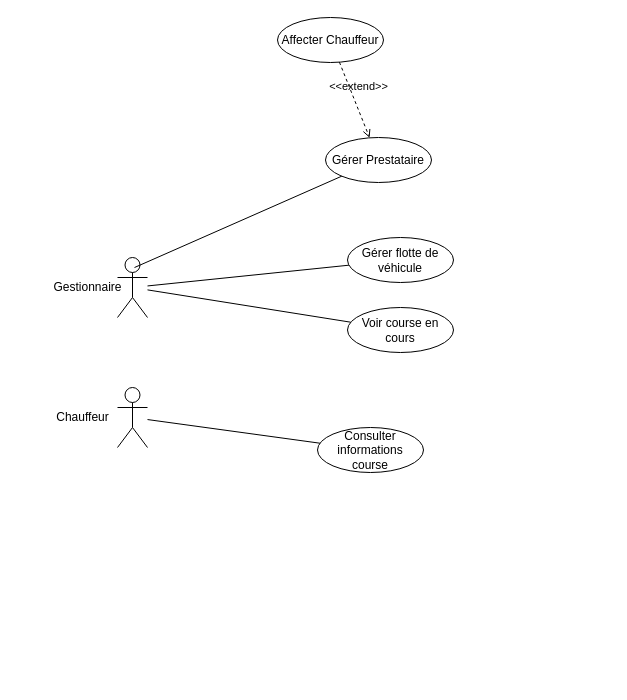
Above: page "DCU-TRANSPORT" (3 of 7) of Diagramme COCAN.drawio in kbvac/Diagramme-UML (draw.io), before the change. Source tidied: cells renumbered, new cells numbered last; positions are measured from the earlier drawing's top-left corner, leaving out a move shared by most shapes. Both pictures are drawn from the tidied source at 100%, with x=0, y=0 at pixel (42, 17).
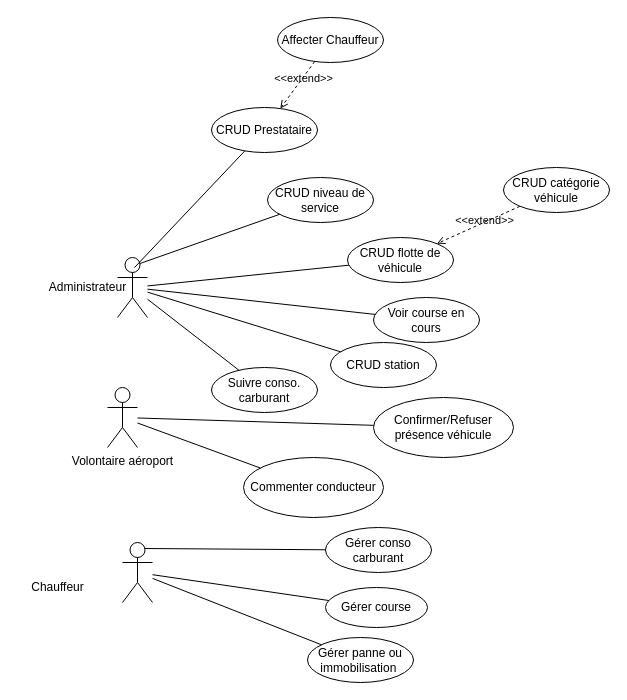
The same diagram, later.

The change refers to these unchanged cells:
```xml
<mxCell id="2" style="shape=umlActor;verticalLabelPosition=bottom;verticalAlign=top;html=1;" parent="1" vertex="1">
  <mxGeometry x="75" y="240" width="30" height="60" as="geometry" />
</mxCell>
```

The edit, as a diff of the source:
```diff
@@
-    <mxCell id="3" value="Gestionnaire" style="text;html=1;align=center;verticalAlign=middle;strokeColor=none;fillColor=none;" parent="1" vertex="1">
-      <mxGeometry y="255" width="90" height="30" as="geometry" />
+    <mxCell id="3" value="Administrateur" style="text;html=1;align=center;verticalAlign=middle;strokeColor=none;fillColor=none;" parent="1" vertex="1">
+      <mxGeometry x="-5" y="255" width="100" height="30" as="geometry" />
     </mxCell>
-    <mxCell id="4" value="Gérer Prestataire" style="ellipse;whiteSpace=wrap;html=1;" parent="1" vertex="1">
-      <mxGeometry x="283" y="120" width="106" height="45" as="geometry" />
+    <mxCell id="4" value="CRUD Prestataire" style="ellipse;whiteSpace=wrap;html=1;" parent="1" vertex="1">
+      <mxGeometry x="169" y="90" width="106" height="45" as="geometry" />
     </mxCell>
@@
-    <mxCell id="6" value="Gérer flotte&amp;nbsp;de véhicule" style="ellipse;whiteSpace=wrap;html=1;" parent="1" vertex="1">
+    <mxCell id="6" value="CRUD flotte&amp;nbsp;de véhicule" style="ellipse;whiteSpace=wrap;html=1;" parent="1" vertex="1">
       <mxGeometry x="305" y="220" width="106" height="45" as="geometry" />
     </mxCell>
@@
     <mxCell id="10" style="shape=umlActor;verticalLabelPosition=bottom;verticalAlign=top;html=1;" parent="1" vertex="1">
-      <mxGeometry x="75" y="370" width="30" height="60" as="geometry" />
+      <mxGeometry x="80" y="525" width="30" height="60" as="geometry" />
     </mxCell>
     <mxCell id="11" value="Chauffeur" style="text;html=1;align=center;verticalAlign=middle;strokeColor=none;fillColor=none;" parent="1" vertex="1">
-      <mxGeometry y="385" width="80" height="30" as="geometry" />
+      <mxGeometry x="-25" y="555" width="80" height="30" as="geometry" />
     </mxCell>
-    <mxCell id="12" value="Consulter informations course" style="ellipse;whiteSpace=wrap;html=1;" parent="1" vertex="1">
-      <mxGeometry x="275" y="410" width="106" height="45" as="geometry" />
+    <mxCell id="12" value="Gérer course" style="ellipse;whiteSpace=wrap;html=1;" parent="1" vertex="1">
+      <mxGeometry x="283" y="570" width="102" height="40" as="geometry" />
     </mxCell>
@@
     <mxCell id="14" value="Voir course en cours" style="ellipse;whiteSpace=wrap;html=1;" parent="1" vertex="1">
-      <mxGeometry x="305" y="290" width="106" height="45" as="geometry" />
+      <mxGeometry x="331" y="280" width="106" height="45" as="geometry" />
     </mxCell>
@@
+    <mxCell id="16" value="CRUD niveau de service" style="ellipse;whiteSpace=wrap;html=1;" parent="1" vertex="1">
+      <mxGeometry x="225" y="160" width="106" height="45" as="geometry" />
+    </mxCell>
+    <mxCell id="17" style="endArrow=none;startArrow=none;endFill=0;startFill=0;endSize=8;html=1;verticalAlign=bottom;labelBackgroundColor=none;strokeWidth=1;rounded=0;exitX=0.75;exitY=0.1;exitDx=0;exitDy=0;exitPerimeter=0;" parent="1" edge="1" source="2" target="16">
+      <mxGeometry relative="1" as="geometry" />
+    </mxCell>
+    <mxCell id="18" value="Volontaire aéroport" style="shape=umlActor;verticalLabelPosition=bottom;verticalAlign=top;html=1;" parent="1" vertex="1">
+      <mxGeometry x="65" y="370" width="30" height="60" as="geometry" />
+    </mxCell>
+    <mxCell id="19" value="Confirmer/Refuser présence véhicule" style="ellipse;whiteSpace=wrap;html=1;" parent="1" vertex="1">
+      <mxGeometry x="331" y="380" width="140" height="60" as="geometry" />
+    </mxCell>
+    <mxCell id="20" style="endArrow=none;startArrow=none;endFill=0;startFill=0;endSize=8;html=1;verticalAlign=bottom;labelBackgroundColor=none;strokeWidth=1;rounded=0;" parent="1" edge="1" source="18" target="19">
+      <mxGeometry relative="1" as="geometry" />
+    </mxCell>
+    <mxCell id="21" value="&amp;lt;&amp;lt;extend&amp;gt;&amp;gt;" style="html=1;verticalAlign=bottom;labelBackgroundColor=none;endArrow=open;endFill=0;dashed=1;rounded=0;" parent="1" edge="1" source="22" target="6">
+      <mxGeometry x="-0.08" y="6" relative="1" as="geometry">
+        <mxPoint y="1" as="offset" />
+      </mxGeometry>
+    </mxCell>
+    <mxCell id="22" value="CRUD catégorie véhicule" style="ellipse;whiteSpace=wrap;html=1;" parent="1" vertex="1">
+      <mxGeometry x="461" y="150" width="106" height="45" as="geometry" />
+    </mxCell>
+    <mxCell id="23" value="CRUD station" style="ellipse;whiteSpace=wrap;html=1;" parent="1" vertex="1">
+      <mxGeometry x="288" y="325" width="106" height="45" as="geometry" />
+    </mxCell>
+    <mxCell id="24" style="endArrow=none;startArrow=none;endFill=0;startFill=0;endSize=8;html=1;verticalAlign=bottom;labelBackgroundColor=none;strokeWidth=1;rounded=0;" parent="1" edge="1" source="2" target="23">
+      <mxGeometry relative="1" as="geometry" />
+    </mxCell>
+    <mxCell id="25" value="Suivre conso. carburant" style="ellipse;whiteSpace=wrap;html=1;" parent="1" vertex="1">
+      <mxGeometry x="169" y="350" width="106" height="45" as="geometry" />
+    </mxCell>
+    <mxCell id="26" style="endArrow=none;startArrow=none;endFill=0;startFill=0;endSize=8;html=1;verticalAlign=bottom;labelBackgroundColor=none;strokeWidth=1;rounded=0;" parent="1" edge="1" source="2" target="25">
+      <mxGeometry relative="1" as="geometry" />
+    </mxCell>
+    <mxCell id="27" value="Gérer conso carburant" style="ellipse;whiteSpace=wrap;html=1;" parent="1" vertex="1">
+      <mxGeometry x="283" y="510" width="106" height="45" as="geometry" />
+    </mxCell>
+    <mxCell id="28" style="endArrow=none;startArrow=none;endFill=0;startFill=0;endSize=8;html=1;verticalAlign=bottom;labelBackgroundColor=none;strokeWidth=1;rounded=0;exitX=0.75;exitY=0.1;exitDx=0;exitDy=0;exitPerimeter=0;" parent="1" edge="1" source="10" target="27">
+      <mxGeometry relative="1" as="geometry" />
+    </mxCell>
+    <mxCell id="29" value="Gérer panne ou immobilisation&amp;nbsp;" style="ellipse;whiteSpace=wrap;html=1;" parent="1" vertex="1">
+      <mxGeometry x="265" y="620" width="106" height="45" as="geometry" />
+    </mxCell>
+    <mxCell id="30" style="endArrow=none;startArrow=none;endFill=0;startFill=0;endSize=8;html=1;verticalAlign=bottom;labelBackgroundColor=none;strokeWidth=1;rounded=0;" parent="1" edge="1" source="10" target="29">
+      <mxGeometry relative="1" as="geometry" />
+    </mxCell>
+    <mxCell id="31" value="Commenter conducteur" style="ellipse;whiteSpace=wrap;html=1;" parent="1" vertex="1">
+      <mxGeometry x="201" y="440" width="140" height="60" as="geometry" />
+    </mxCell>
+    <mxCell id="32" style="endArrow=none;startArrow=none;endFill=0;startFill=0;endSize=8;html=1;verticalAlign=bottom;labelBackgroundColor=none;strokeWidth=1;rounded=0;" parent="1" edge="1" source="18" target="31">
+      <mxGeometry relative="1" as="geometry" />
+    </mxCell>
```
